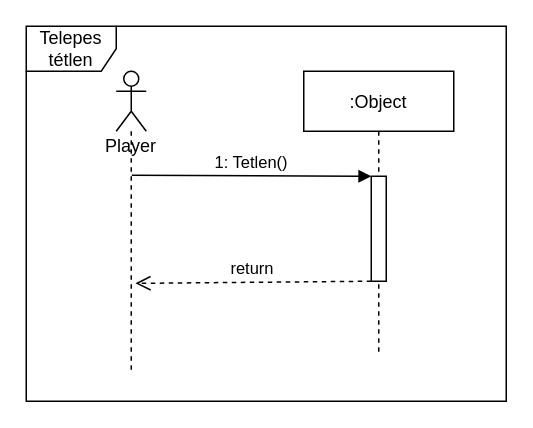
This is doc/szekvencia/4het_szek_TelepesTetlen.drawio from torpeBoiGo/aszteroidabanyaszat, a draw.io file, before an edit. Source tidied: cells renumbered, new cells numbered last; positions are measured from the earlier drawing's top-left corner, leaving out a move shared by most shapes. Both pictures are drawn from the tidied source at 150%, with x=0, y=0 at pixel (26, 26).
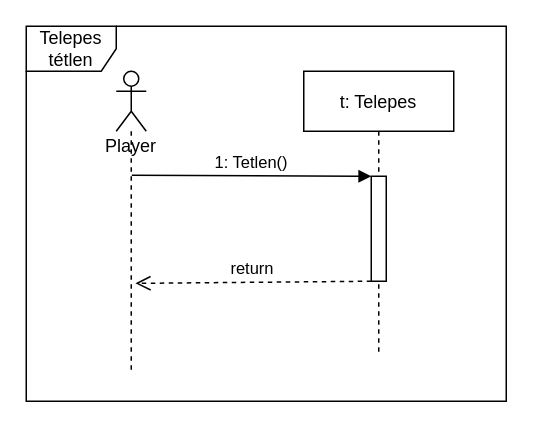
The same page after the edit.

Commit message:
t: Telepes lemaradt

Diff of the diagram source:
```diff
@@
 <mxGraphModel>
   <root>
     <mxCell id="0" />
     <mxCell id="1" parent="0" />
     <mxCell id="2" value="Telepes tétlen" style="shape=umlFrame;whiteSpace=wrap;html=1;" parent="1" vertex="1">
       <mxGeometry width="320" height="250" as="geometry" />
     </mxCell>
-    <mxCell id="3" value=":Object" style="shape=umlLifeline;perimeter=lifelinePerimeter;rounded=0;shadow=0;strokeWidth=1;" parent="1" vertex="1">
+    <mxCell id="3" value="t: Telepes" style="shape=umlLifeline;perimeter=lifelinePerimeter;rounded=0;shadow=0;strokeWidth=1;" parent="1" vertex="1">
       <mxGeometry x="185" y="30" width="100" height="190" as="geometry" />
     </mxCell>
     <mxCell id="4" style="points=[];perimeter=orthogonalPerimeter;rounded=0;shadow=0;strokeWidth=1;" parent="3" vertex="1">
       <mxGeometry x="45" y="70" width="10" height="70" as="geometry" />
     </mxCell>
     <mxCell id="5" value="return" style="verticalAlign=bottom;endArrow=open;dashed=1;endSize=8;shadow=0;strokeWidth=1;entryX=0.64;entryY=0.707;entryDx=0;entryDy=0;entryPerimeter=0;" parent="1" edge="1" source="4" target="6">
       <mxGeometry relative="1" as="geometry" />
     </mxCell>
     <mxCell id="6" value="Player" style="shape=umlLifeline;participant=umlActor;perimeter=lifelinePerimeter;whiteSpace=wrap;html=1;verticalAlign=top;spacingTop=36;outlineConnect=0;" parent="1" vertex="1">
       <mxGeometry x="60" y="30" width="20" height="200" as="geometry" />
     </mxCell>
     <mxCell id="7" value="1: Tetlen()" style="verticalAlign=bottom;startArrow=none;endArrow=block;startSize=8;shadow=0;strokeWidth=1;startFill=0;exitX=0.52;exitY=0.347;exitDx=0;exitDy=0;exitPerimeter=0;" parent="1" edge="1" source="6" target="4">
       <mxGeometry relative="1" as="geometry" />
     </mxCell>
   </root>
 </mxGraphModel>
```
